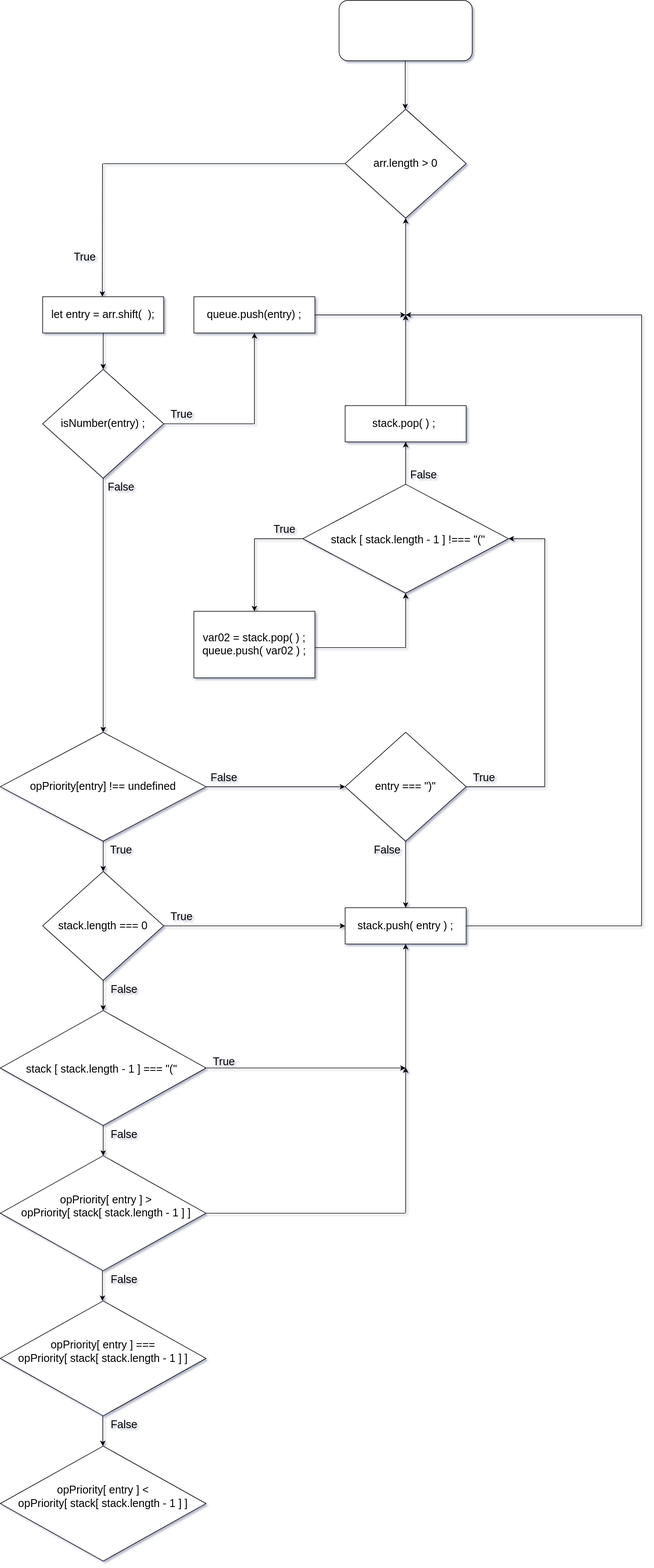
Before: Untitled Diagram.drawio.svg, a diagram exported from draw.io (jcgm3205/jcgm3205). Source tidied: cells renumbered, new cells last; positions are measured from the earlier drawing's top-left corner, leaving out a move shared by most shapes.
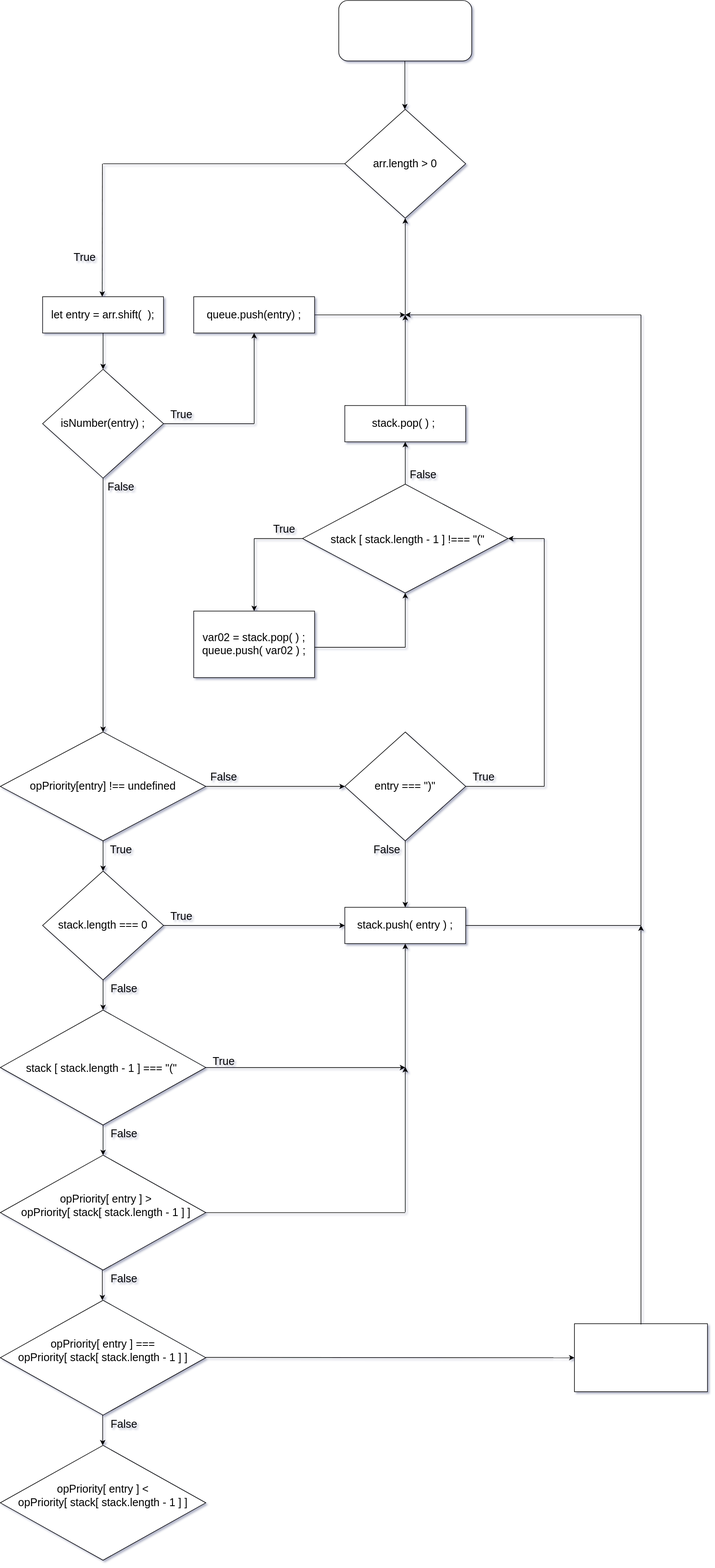
Later version of the same file.

Diff of the diagram source:
```diff
@@ -317,5 +317,20 @@
     <mxCell id="79" value="False" style="text;html=1;strokeColor=none;fillColor=none;align=center;verticalAlign=middle;whiteSpace=wrap;rounded=0;fontSize=18;" parent="1" vertex="1">
       <mxGeometry x="170" y="2340" width="70" height="30" as="geometry" />
     </mxCell>
+    <mxCell id="80" style="rounded=0;whiteSpace=wrap;html=1;fontSize=18;strokeWidth=1;" parent="1" vertex="1">
+      <mxGeometry x="950" y="2188.8" width="220" height="112.5" as="geometry" />
+    </mxCell>
+    <mxCell id="81" style="endArrow=classic;html=1;rounded=0;fontSize=18;" parent="1" edge="1">
+      <mxGeometry relative="1" as="geometry">
+        <mxPoint x="1060" y="2190" as="sourcePoint" />
+        <mxPoint x="1060" y="1530" as="targetPoint" />
+      </mxGeometry>
+    </mxCell>
+    <mxCell id="82" style="endArrow=classic;html=1;rounded=0;fontSize=18;" parent="1" edge="1">
+      <mxGeometry relative="1" as="geometry">
+        <mxPoint x="340" y="2244.5" as="sourcePoint" />
+        <mxPoint x="950" y="2245" as="targetPoint" />
+      </mxGeometry>
+    </mxCell>
   </root>
 </mxGraphModel>
```
